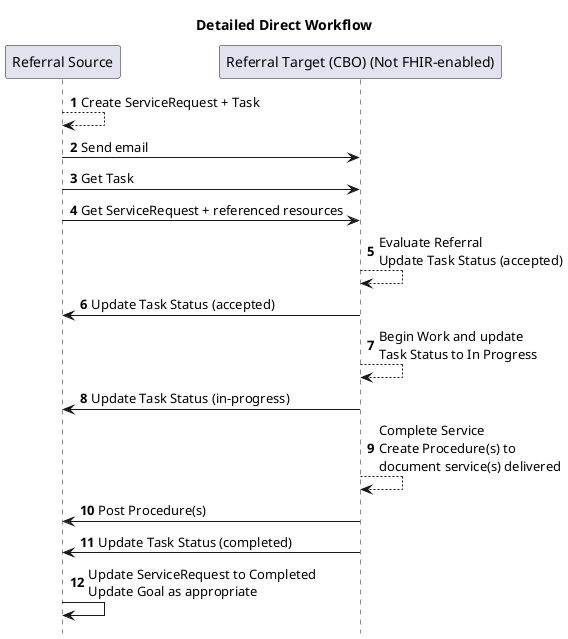
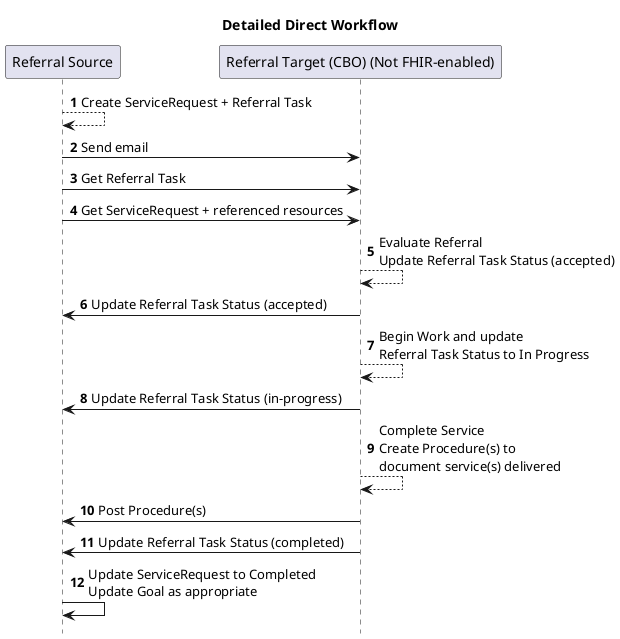
@startuml
/'!theme bluegray'/
title Detailed Direct Workflow

participant "Referral Source" as A
participant "Referral Target (CBO) (Not FHIR-enabled)" as B

autonumber
- A --> A : Create ServiceRequest + Task
+ A --> A : Create ServiceRequest + Referral Task
A -> B : Send email

- A -> B : Get Task
+ A -> B : Get Referral Task
A -> B : Get ServiceRequest + referenced resources

- B --> B : Evaluate Referral\nUpdate Task Status (accepted)
- B -> A : Update Task Status (accepted)
- B --> B : Begin Work and update\nTask Status to In Progress
- B -> A : Update Task Status (in-progress)
+ B --> B : Evaluate Referral\nUpdate Referral Task Status (accepted)
+ B -> A : Update Referral Task Status (accepted)
+ B --> B : Begin Work and update\nReferral Task Status to In Progress
+ B -> A : Update Referral Task Status (in-progress)
B --> B : Complete Service\nCreate Procedure(s) to\ndocument service(s) delivered

B -> A : Post Procedure(s)
- B -> A : Update Task Status (completed)
+ B -> A : Update Referral Task Status (completed)
A -> A : Update ServiceRequest to Completed\nUpdate Goal as appropriate
hide footbox
@enduml